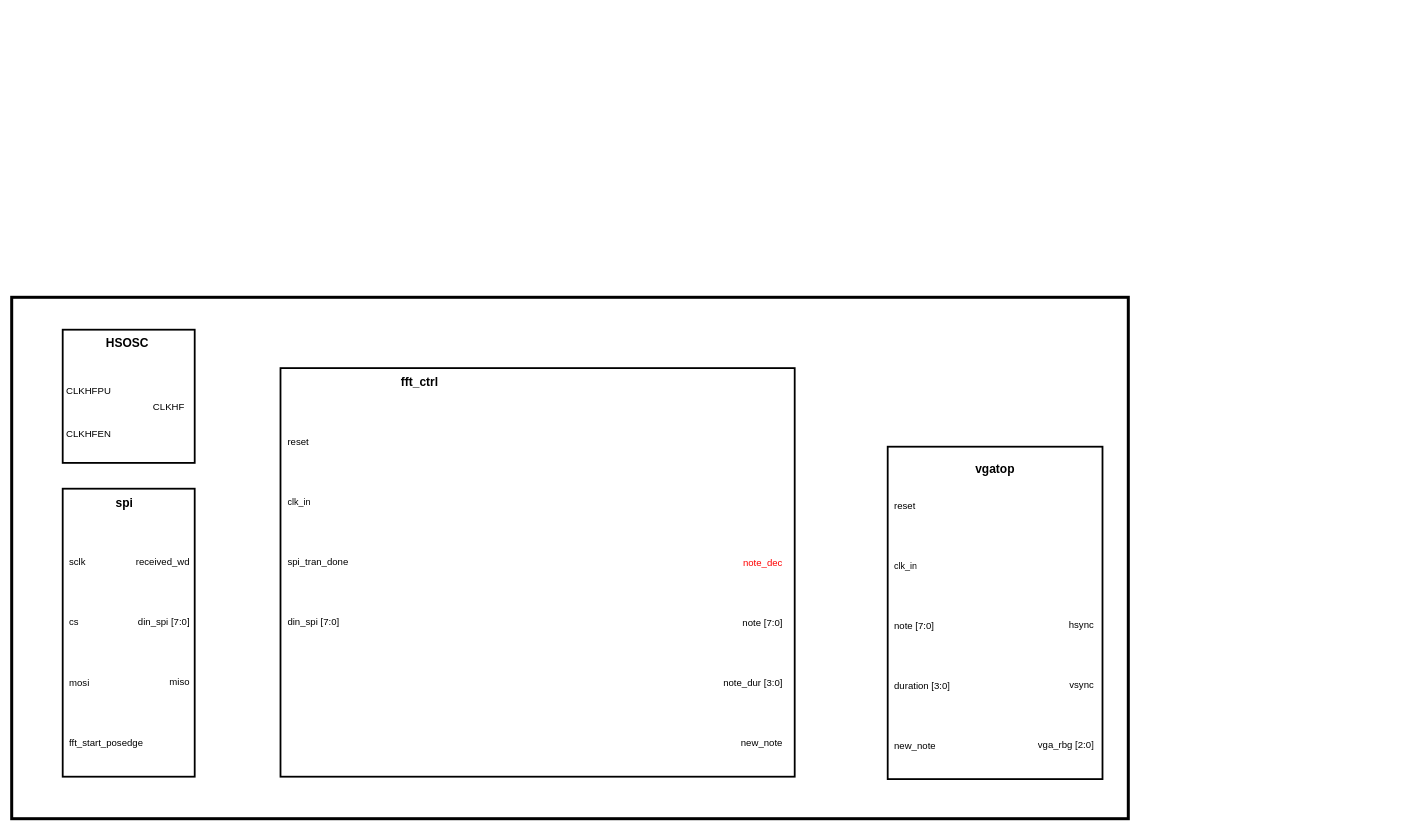
Above: top_bd.drawio in juliacygong/E155-final-project (draw.io), before the change. Source tidied: cells renumbered, new cells numbered last; positions are measured from the earlier drawing's top-left corner, leaving out a move shared by most shapes. Both pictures are drawn from the tidied source at 60%, with x=0, y=0 at pixel (11, 297).
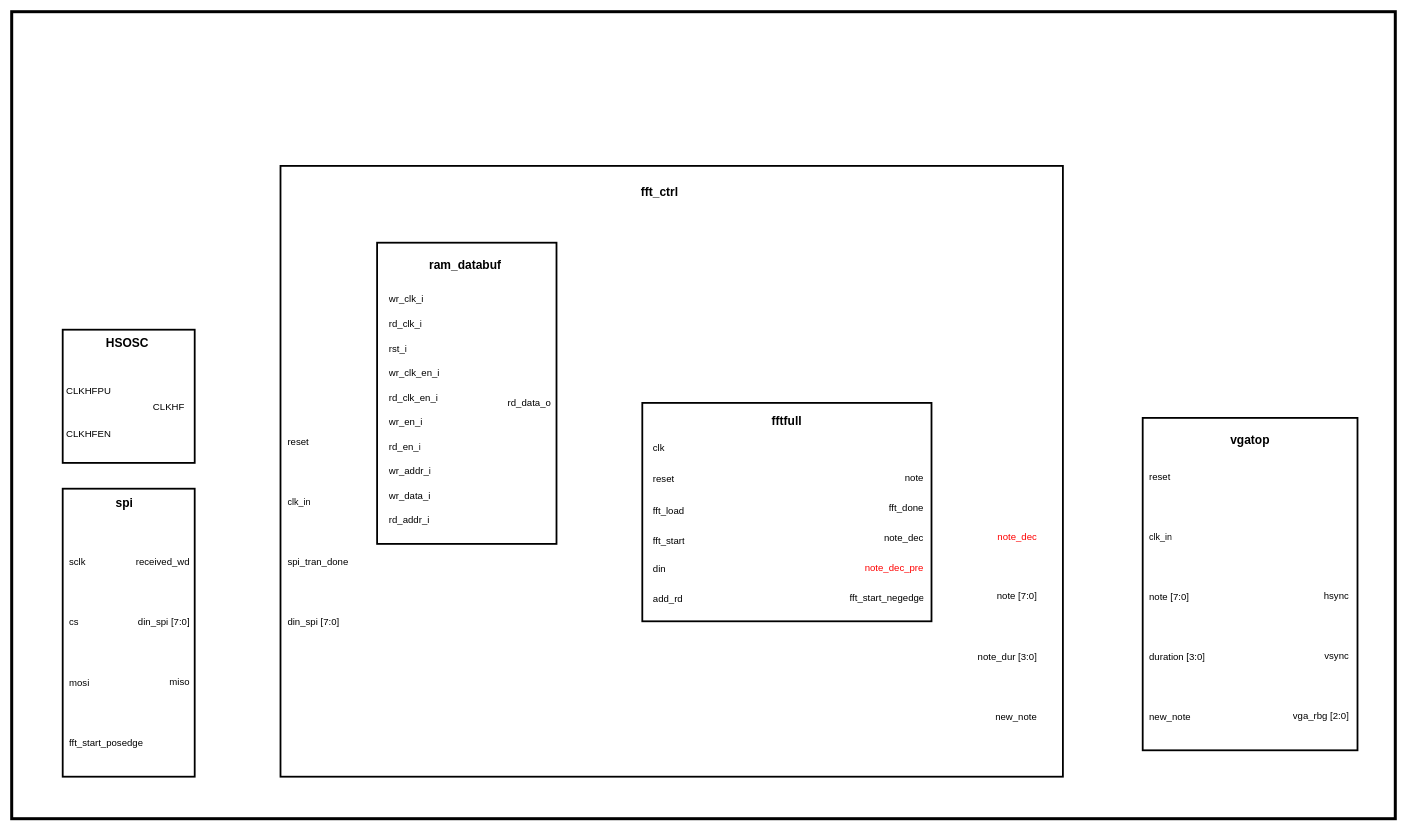
Above is the later version.

What changed in the source:
```diff
@@
     <mxCell id="2" style="rounded=0;whiteSpace=wrap;html=1;strokeWidth=5;" parent="1" vertex="1">
-      <mxGeometry width="1861" height="869" as="geometry" />
+      <mxGeometry y="-476" width="2306" height="1345" as="geometry" />
     </mxCell>
@@
     <mxCell id="4" style="rounded=0;whiteSpace=wrap;html=1;strokeWidth=3;" parent="1" vertex="1">
-      <mxGeometry x="448" y="118" width="857" height="681" as="geometry" />
+      <mxGeometry x="448" y="-219" width="1304" height="1018" as="geometry" />
     </mxCell>
     <mxCell id="5" style="rounded=0;whiteSpace=wrap;html=1;strokeWidth=3;" parent="1" vertex="1">
-      <mxGeometry x="1460" y="249" width="358" height="554" as="geometry" />
+      <mxGeometry x="1885" y="201" width="358" height="554" as="geometry" />
     </mxCell>
@@
     <mxCell id="16" value="fft_ctrl" style="text;html=1;whiteSpace=wrap;strokeColor=none;fillColor=none;align=center;verticalAlign=middle;rounded=0;fontSize=20;fontStyle=1;" parent="1" vertex="1">
-      <mxGeometry x="650" y="123" width="60" height="33" as="geometry" />
+      <mxGeometry x="1050" y="-194" width="60" height="33" as="geometry" />
     </mxCell>
@@
     <mxCell id="26" style="shape=table;startSize=0;childLayout=tableLayout;fontSize=11;fillColor=none;strokeColor=none;align=right;" parent="1" vertex="1">
-      <mxGeometry x="1155" y="393" width="132" height="400" as="geometry" />
+      <mxGeometry x="1579" y="349" width="132" height="400" as="geometry" />
     </mxCell>
@@
     <mxCell id="35" value="vgatop" style="text;html=1;whiteSpace=wrap;strokeColor=none;fillColor=none;align=center;verticalAlign=middle;rounded=0;fontSize=20;fontStyle=1;" parent="1" vertex="1">
-      <mxGeometry x="1609" y="263" width="60" height="44" as="geometry" />
+      <mxGeometry x="2034" y="215" width="60" height="44" as="geometry" />
     </mxCell>
     <mxCell id="36" style="shape=table;startSize=0;childLayout=tableLayout;fontSize=11;fillColor=none;strokeColor=none;" parent="1" vertex="1">
-      <mxGeometry x="1464" y="297" width="130" height="500" as="geometry" />
+      <mxGeometry x="1889" y="249" width="130" height="500" as="geometry" />
     </mxCell>
@@
     <mxCell id="56" style="shape=table;startSize=0;childLayout=tableLayout;fontSize=16;fillColor=none;strokeColor=none;align=right;" parent="1" vertex="1">
-      <mxGeometry x="1693" y="496" width="113" height="301" as="geometry" />
+      <mxGeometry x="2118" y="448" width="113" height="301" as="geometry" />
     </mxCell>
@@
+    <mxCell id="70" style="group;" parent="1" vertex="1">
+      <mxGeometry x="609" y="-91" width="299" height="502" as="geometry" />
+    </mxCell>
+    <mxCell id="71" style="rounded=0;whiteSpace=wrap;html=1;strokeWidth=3;" parent="70" vertex="1">
+      <mxGeometry width="299" height="502" as="geometry" />
+    </mxCell>
+    <mxCell id="72" style="shape=table;startSize=0;childLayout=tableLayout;fontSize=11;fillColor=none;strokeColor=none;" parent="70" vertex="1">
+      <mxGeometry x="13" y="73" width="100" height="409" as="geometry" />
+    </mxCell>
+    <mxCell id="73" style="shape=tableRow;horizontal=0;startSize=0;swimlaneHead=0;swimlaneBody=0;strokeColor=inherit;top=0;left=0;bottom=0;right=0;fillColor=none;fontSize=16;" parent="72" vertex="1">
+      <mxGeometry width="100" height="41" as="geometry" />
+    </mxCell>
+    <mxCell id="74" value="wr_clk_i" style="shape=partialRectangle;html=1;whiteSpace=wrap;strokeColor=inherit;overflow=hidden;fillColor=none;top=0;left=0;bottom=0;right=0;fontSize=16;align=left;spacingLeft=5;" parent="73" vertex="1">
+      <mxGeometry width="100" height="41" as="geometry" />
+    </mxCell>
+    <mxCell id="75" style="shape=tableRow;horizontal=0;startSize=0;swimlaneHead=0;swimlaneBody=0;strokeColor=inherit;top=0;left=0;bottom=0;right=0;fillColor=none;fontSize=16;" parent="72" vertex="1">
+      <mxGeometry y="41" width="100" height="42" as="geometry" />
+    </mxCell>
+    <mxCell id="76" value="rd_clk_i" style="shape=partialRectangle;html=1;whiteSpace=wrap;strokeColor=inherit;overflow=hidden;fillColor=none;top=0;left=0;bottom=0;right=0;fontSize=16;align=left;spacingLeft=5;" parent="75" vertex="1">
+      <mxGeometry width="100" height="42" as="geometry" />
+    </mxCell>
+    <mxCell id="77" style="shape=tableRow;horizontal=0;startSize=0;swimlaneHead=0;swimlaneBody=0;strokeColor=inherit;top=0;left=0;bottom=0;right=0;fillColor=none;fontSize=16;" parent="72" vertex="1">
+      <mxGeometry y="83" width="100" height="40" as="geometry" />
+    </mxCell>
+    <mxCell id="78" value="rst_i" style="shape=partialRectangle;html=1;whiteSpace=wrap;strokeColor=inherit;overflow=hidden;fillColor=none;top=0;left=0;bottom=0;right=0;fontSize=16;align=left;spacingLeft=5;" parent="77" vertex="1">
+      <mxGeometry width="100" height="40" as="geometry" />
+    </mxCell>
+    <mxCell id="79" style="shape=tableRow;horizontal=0;startSize=0;swimlaneHead=0;swimlaneBody=0;strokeColor=inherit;top=0;left=0;bottom=0;right=0;fillColor=none;fontSize=16;" parent="72" vertex="1">
+      <mxGeometry y="123" width="100" height="41" as="geometry" />
+    </mxCell>
+    <mxCell id="80" value="wr_clk_en_i" style="shape=partialRectangle;html=1;whiteSpace=wrap;strokeColor=inherit;overflow=hidden;fillColor=none;top=0;left=0;bottom=0;right=0;fontSize=16;align=left;spacingLeft=5;" parent="79" vertex="1">
+      <mxGeometry width="100" height="41" as="geometry" />
+    </mxCell>
+    <mxCell id="81" style="shape=tableRow;horizontal=0;startSize=0;swimlaneHead=0;swimlaneBody=0;strokeColor=inherit;top=0;left=0;bottom=0;right=0;fillColor=none;fontSize=16;" parent="72" vertex="1">
+      <mxGeometry y="164" width="100" height="41" as="geometry" />
+    </mxCell>
+    <mxCell id="82" value="rd_clk_en_i" style="shape=partialRectangle;html=1;whiteSpace=wrap;strokeColor=inherit;overflow=hidden;fillColor=none;top=0;left=0;bottom=0;right=0;fontSize=16;align=left;spacingLeft=5;" parent="81" vertex="1">
+      <mxGeometry width="100" height="41" as="geometry" />
+    </mxCell>
+    <mxCell id="83" style="shape=tableRow;horizontal=0;startSize=0;swimlaneHead=0;swimlaneBody=0;strokeColor=inherit;top=0;left=0;bottom=0;right=0;fillColor=none;fontSize=16;" parent="72" vertex="1">
+      <mxGeometry y="205" width="100" height="41" as="geometry" />
+    </mxCell>
+    <mxCell id="84" value="wr_en_i" style="shape=partialRectangle;html=1;whiteSpace=wrap;strokeColor=inherit;overflow=hidden;fillColor=none;top=0;left=0;bottom=0;right=0;fontSize=16;align=left;spacingLeft=5;" parent="83" vertex="1">
+      <mxGeometry width="100" height="41" as="geometry" />
+    </mxCell>
+    <mxCell id="85" style="shape=tableRow;horizontal=0;startSize=0;swimlaneHead=0;swimlaneBody=0;strokeColor=inherit;top=0;left=0;bottom=0;right=0;fillColor=none;fontSize=16;" parent="72" vertex="1">
+      <mxGeometry y="246" width="100" height="41" as="geometry" />
+    </mxCell>
+    <mxCell id="86" value="rd_en_i" style="shape=partialRectangle;html=1;whiteSpace=wrap;strokeColor=inherit;overflow=hidden;fillColor=none;top=0;left=0;bottom=0;right=0;fontSize=16;align=left;spacingLeft=5;" parent="85" vertex="1">
+      <mxGeometry width="100" height="41" as="geometry" />
+    </mxCell>
+    <mxCell id="87" style="shape=tableRow;horizontal=0;startSize=0;swimlaneHead=0;swimlaneBody=0;strokeColor=inherit;top=0;left=0;bottom=0;right=0;fillColor=none;fontSize=16;" parent="72" vertex="1">
+      <mxGeometry y="287" width="100" height="40" as="geometry" />
+    </mxCell>
+    <mxCell id="88" value="wr_addr_i" style="shape=partialRectangle;html=1;whiteSpace=wrap;strokeColor=inherit;overflow=hidden;fillColor=none;top=0;left=0;bottom=0;right=0;fontSize=16;align=left;spacingLeft=5;" parent="87" vertex="1">
+      <mxGeometry width="100" height="40" as="geometry" />
+    </mxCell>
+    <mxCell id="89" style="shape=tableRow;horizontal=0;startSize=0;swimlaneHead=0;swimlaneBody=0;strokeColor=inherit;top=0;left=0;bottom=0;right=0;fillColor=none;fontSize=16;" parent="72" vertex="1">
+      <mxGeometry y="327" width="100" height="41" as="geometry" />
+    </mxCell>
+    <mxCell id="90" value="wr_data_i" style="shape=partialRectangle;html=1;whiteSpace=wrap;strokeColor=inherit;overflow=hidden;fillColor=none;top=0;left=0;bottom=0;right=0;fontSize=16;align=left;spacingLeft=5;" parent="89" vertex="1">
+      <mxGeometry width="100" height="41" as="geometry" />
+    </mxCell>
+    <mxCell id="91" style="shape=tableRow;horizontal=0;startSize=0;swimlaneHead=0;swimlaneBody=0;strokeColor=inherit;top=0;left=0;bottom=0;right=0;fillColor=none;fontSize=16;" parent="72" vertex="1">
+      <mxGeometry y="368" width="100" height="41" as="geometry" />
+    </mxCell>
+    <mxCell id="92" value="rd_addr_i" style="shape=partialRectangle;html=1;whiteSpace=wrap;strokeColor=inherit;overflow=hidden;fillColor=none;top=0;left=0;bottom=0;right=0;fontSize=16;align=left;spacingLeft=5;" parent="91" vertex="1">
+      <mxGeometry width="100" height="41" as="geometry" />
+    </mxCell>
+    <mxCell id="93" value="rd_data_o" style="text;html=1;align=center;verticalAlign=middle;whiteSpace=wrap;rounded=0;fontSize=16;" parent="70" vertex="1">
+      <mxGeometry x="224" y="252" width="60" height="30" as="geometry" />
+    </mxCell>
+    <mxCell id="94" value="ram_databuf" style="text;html=1;align=center;verticalAlign=middle;whiteSpace=wrap;rounded=0;fontStyle=1;fontSize=20;" parent="70" vertex="1">
+      <mxGeometry x="117" y="22" width="60" height="30" as="geometry" />
+    </mxCell>
+    <mxCell id="95" style="group;" parent="1" vertex="1">
+      <mxGeometry x="1051" y="176" width="482" height="364" as="geometry" />
+    </mxCell>
+    <mxCell id="96" style="rounded=0;whiteSpace=wrap;html=1;strokeWidth=3;" parent="95" vertex="1">
+      <mxGeometry width="482" height="364" as="geometry" />
+    </mxCell>
+    <mxCell id="97" style="shape=table;startSize=0;childLayout=tableLayout;fontSize=11;fillColor=none;strokeColor=none;" parent="95" vertex="1">
+      <mxGeometry x="341" y="100" width="130" height="250" as="geometry" />
+    </mxCell>
+    <mxCell id="98" style="shape=tableRow;horizontal=0;startSize=0;swimlaneHead=0;swimlaneBody=0;strokeColor=inherit;top=0;left=0;bottom=0;right=0;fillColor=none;fontSize=16;" parent="97" vertex="1">
+      <mxGeometry width="130" height="50" as="geometry" />
+    </mxCell>
+    <mxCell id="99" value="note" style="shape=partialRectangle;html=1;whiteSpace=wrap;strokeColor=inherit;overflow=hidden;fillColor=none;top=0;left=0;bottom=0;right=0;fontSize=16;align=right;spacingLeft=5;" parent="98" vertex="1">
+      <mxGeometry width="130" height="50" as="geometry" />
+    </mxCell>
+    <mxCell id="100" style="shape=tableRow;horizontal=0;startSize=0;swimlaneHead=0;swimlaneBody=0;strokeColor=inherit;top=0;left=0;bottom=0;right=0;fillColor=none;fontSize=16;" parent="97" vertex="1">
+      <mxGeometry y="50" width="130" height="50" as="geometry" />
+    </mxCell>
+    <mxCell id="101" value="fft_done" style="shape=partialRectangle;html=1;whiteSpace=wrap;strokeColor=inherit;overflow=hidden;fillColor=none;top=0;left=0;bottom=0;right=0;fontSize=16;align=right;spacingLeft=5;" parent="100" vertex="1">
+      <mxGeometry width="130" height="50" as="geometry" />
+    </mxCell>
+    <mxCell id="102" style="shape=tableRow;horizontal=0;startSize=0;swimlaneHead=0;swimlaneBody=0;strokeColor=inherit;top=0;left=0;bottom=0;right=0;fillColor=none;fontSize=16;" parent="97" vertex="1">
+      <mxGeometry y="100" width="130" height="50" as="geometry" />
+    </mxCell>
+    <mxCell id="103" value="note_dec" style="shape=partialRectangle;html=1;whiteSpace=wrap;strokeColor=inherit;overflow=hidden;fillColor=none;top=0;left=0;bottom=0;right=0;fontSize=16;align=right;spacingLeft=5;" parent="102" vertex="1">
+      <mxGeometry width="130" height="50" as="geometry" />
+    </mxCell>
+    <mxCell id="104" style="shape=tableRow;horizontal=0;startSize=0;swimlaneHead=0;swimlaneBody=0;strokeColor=inherit;top=0;left=0;bottom=0;right=0;fillColor=none;fontSize=16;" parent="97" vertex="1">
+      <mxGeometry y="150" width="130" height="50" as="geometry" />
+    </mxCell>
+    <mxCell id="105" value="note_dec_pre" style="shape=partialRectangle;html=1;whiteSpace=wrap;strokeColor=inherit;overflow=hidden;fillColor=none;top=0;left=0;bottom=0;right=0;fontSize=16;align=right;spacingLeft=5;fontColor=#FF0000;" parent="104" vertex="1">
+      <mxGeometry width="130" height="50" as="geometry" />
+    </mxCell>
+    <mxCell id="106" style="shape=tableRow;horizontal=0;startSize=0;swimlaneHead=0;swimlaneBody=0;strokeColor=inherit;top=0;left=0;bottom=0;right=0;fillColor=none;fontSize=16;" parent="97" vertex="1">
+      <mxGeometry y="200" width="130" height="50" as="geometry" />
+    </mxCell>
+    <mxCell id="107" value="fft_start_negedge" style="shape=partialRectangle;html=1;whiteSpace=wrap;strokeColor=inherit;overflow=hidden;fillColor=none;top=0;left=0;bottom=0;right=0;fontSize=16;align=right;spacingLeft=5;" parent="106" vertex="1">
+      <mxGeometry width="130" height="50" as="geometry" />
+    </mxCell>
+    <mxCell id="108" style="shape=table;startSize=0;childLayout=tableLayout;fontSize=11;fillColor=none;strokeColor=none;" parent="95" vertex="1">
+      <mxGeometry x="11" y="50" width="131" height="300" as="geometry" />
+    </mxCell>
+    <mxCell id="109" style="shape=tableRow;horizontal=0;startSize=0;swimlaneHead=0;swimlaneBody=0;strokeColor=inherit;top=0;left=0;bottom=0;right=0;fillColor=none;fontSize=16;" parent="108" vertex="1">
+      <mxGeometry width="131" height="49" as="geometry" />
+    </mxCell>
+    <mxCell id="110" value="clk" style="shape=partialRectangle;html=1;whiteSpace=wrap;strokeColor=inherit;overflow=hidden;fillColor=none;top=0;left=0;bottom=0;right=0;fontSize=16;align=left;spacingLeft=5;" parent="109" vertex="1">
+      <mxGeometry width="131" height="49" as="geometry" />
+    </mxCell>
+    <mxCell id="111" style="shape=tableRow;horizontal=0;startSize=0;swimlaneHead=0;swimlaneBody=0;strokeColor=inherit;top=0;left=0;bottom=0;right=0;fillColor=none;fontSize=16;" parent="108" vertex="1">
+      <mxGeometry y="49" width="131" height="56" as="geometry" />
+    </mxCell>
+    <mxCell id="112" value="reset" style="shape=partialRectangle;html=1;whiteSpace=wrap;strokeColor=inherit;overflow=hidden;fillColor=none;top=0;left=0;bottom=0;right=0;fontSize=16;align=left;spacingLeft=5;" parent="111" vertex="1">
+      <mxGeometry width="131" height="56" as="geometry" />
+    </mxCell>
+    <mxCell id="113" style="shape=tableRow;horizontal=0;startSize=0;swimlaneHead=0;swimlaneBody=0;strokeColor=inherit;top=0;left=0;bottom=0;right=0;fillColor=none;fontSize=16;" parent="108" vertex="1">
+      <mxGeometry y="105" width="131" height="50" as="geometry" />
+    </mxCell>
+    <mxCell id="114" value="fft_load" style="shape=partialRectangle;html=1;whiteSpace=wrap;strokeColor=inherit;overflow=hidden;fillColor=none;top=0;left=0;bottom=0;right=0;fontSize=16;align=left;spacingLeft=5;" parent="113" vertex="1">
+      <mxGeometry width="131" height="50" as="geometry" />
+    </mxCell>
+    <mxCell id="115" style="shape=tableRow;horizontal=0;startSize=0;swimlaneHead=0;swimlaneBody=0;strokeColor=inherit;top=0;left=0;bottom=0;right=0;fillColor=none;fontSize=16;" parent="108" vertex="1">
+      <mxGeometry y="155" width="131" height="47" as="geometry" />
+    </mxCell>
+    <mxCell id="116" value="fft_start" style="shape=partialRectangle;html=1;whiteSpace=wrap;strokeColor=inherit;overflow=hidden;fillColor=none;top=0;left=0;bottom=0;right=0;fontSize=16;align=left;spacingLeft=5;" parent="115" vertex="1">
+      <mxGeometry width="131" height="47" as="geometry" />
+    </mxCell>
+    <mxCell id="117" style="shape=tableRow;horizontal=0;startSize=0;swimlaneHead=0;swimlaneBody=0;strokeColor=inherit;top=0;left=0;bottom=0;right=0;fillColor=none;fontSize=16;" parent="108" vertex="1">
+      <mxGeometry y="202" width="131" height="49" as="geometry" />
+    </mxCell>
+    <mxCell id="118" value="din" style="shape=partialRectangle;html=1;whiteSpace=wrap;strokeColor=inherit;overflow=hidden;fillColor=none;top=0;left=0;bottom=0;right=0;fontSize=16;align=left;spacingLeft=5;" parent="117" vertex="1">
+      <mxGeometry width="131" height="49" as="geometry" />
+    </mxCell>
+    <mxCell id="119" style="shape=tableRow;horizontal=0;startSize=0;swimlaneHead=0;swimlaneBody=0;strokeColor=inherit;top=0;left=0;bottom=0;right=0;fillColor=none;fontSize=16;" parent="108" vertex="1">
+      <mxGeometry y="251" width="131" height="49" as="geometry" />
+    </mxCell>
+    <mxCell id="120" value="add_rd" style="shape=partialRectangle;html=1;whiteSpace=wrap;strokeColor=inherit;overflow=hidden;fillColor=none;top=0;left=0;bottom=0;right=0;fontSize=16;align=left;spacingLeft=5;" parent="119" vertex="1">
+      <mxGeometry width="131" height="49" as="geometry" />
+    </mxCell>
+    <mxCell id="121" value="fftfull" style="text;html=1;align=center;verticalAlign=middle;whiteSpace=wrap;rounded=0;fontStyle=1;fontSize=20;" parent="95" vertex="1">
+      <mxGeometry x="211" y="15" width="60" height="30" as="geometry" />
+    </mxCell>
```
